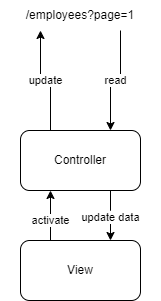
Bernardo-MG/development-docs-architecture keeps this draw.io diagram as .gitbook/assets/general_flow.drawio.png. Above is the earlier version. Source tidied: cells renumbered, new cells last; positions are measured from the earlier drawing's top-left corner, leaving out a move shared by most shapes. Its diagram source:
```xml
<mxGraphModel>
  <root>
    <mxCell id="0" />
    <mxCell id="1" parent="0" />
    <mxCell id="2" value="/employees?page=1" style="text;html=1;strokeColor=none;fillColor=none;align=center;verticalAlign=middle;whiteSpace=wrap;rounded=0;" parent="1" vertex="1">
      <mxGeometry width="160" height="30" as="geometry" />
    </mxCell>
    <mxCell id="3" value="View" style="rounded=1;whiteSpace=wrap;html=1;" parent="1" vertex="1">
      <mxGeometry x="20" y="240" width="120" height="60" as="geometry" />
    </mxCell>
    <mxCell id="4" value="update" style="endArrow=classic;html=1;rounded=0;edgeStyle=orthogonalEdgeStyle;exitX=0.25;exitY=0;exitDx=0;exitDy=0;entryX=0.25;entryY=1;entryDx=0;entryDy=0;" parent="1" edge="1" source="6" target="2">
      <mxGeometry relative="1" as="geometry">
        <Array as="points">
          <mxPoint x="50" y="80" />
          <mxPoint x="40" y="80" />
        </Array>
      </mxGeometry>
    </mxCell>
    <mxCell id="5" value="read" style="endArrow=classic;html=1;rounded=0;edgeStyle=orthogonalEdgeStyle;entryX=0.75;entryY=0;entryDx=0;entryDy=0;exitX=0.75;exitY=1;exitDx=0;exitDy=0;" parent="1" edge="1" source="2" target="6">
      <mxGeometry relative="1" as="geometry">
        <Array as="points">
          <mxPoint x="120" y="80" />
          <mxPoint x="110" y="80" />
        </Array>
      </mxGeometry>
    </mxCell>
    <mxCell id="6" value="Controller" style="rounded=1;whiteSpace=wrap;html=1;" parent="1" vertex="1">
      <mxGeometry x="20" y="130" width="120" height="60" as="geometry" />
    </mxCell>
    <mxCell id="7" value="activate" style="endArrow=classic;html=1;rounded=0;edgeStyle=orthogonalEdgeStyle;entryX=0.25;entryY=1;entryDx=0;entryDy=0;exitX=0.25;exitY=0;exitDx=0;exitDy=0;" parent="1" edge="1" source="3" target="6">
      <mxGeometry x="-0.2" relative="1" as="geometry" />
    </mxCell>
    <mxCell id="8" value="update data" style="endArrow=classic;html=1;rounded=0;edgeStyle=orthogonalEdgeStyle;entryX=0.75;entryY=0;entryDx=0;entryDy=0;exitX=0.75;exitY=1;exitDx=0;exitDy=0;" parent="1" edge="1" source="6" target="3">
      <mxGeometry x="0.07" relative="1" as="geometry">
        <Array as="points">
          <mxPoint x="110" y="210" />
          <mxPoint x="110" y="210" />
        </Array>
      </mxGeometry>
    </mxCell>
  </root>
</mxGraphModel>
```
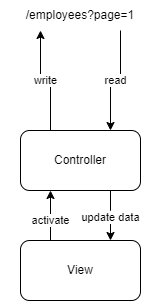
The same file after the commit.

The edit, as a diff of the source:
```diff
@@ -8,7 +8,7 @@
     <mxCell id="3" value="View" style="rounded=1;whiteSpace=wrap;html=1;" parent="1" vertex="1">
       <mxGeometry x="20" y="240" width="120" height="60" as="geometry" />
     </mxCell>
-    <mxCell id="4" value="update" style="endArrow=classic;html=1;rounded=0;edgeStyle=orthogonalEdgeStyle;exitX=0.25;exitY=0;exitDx=0;exitDy=0;entryX=0.25;entryY=1;entryDx=0;entryDy=0;" parent="1" edge="1" source="6" target="2">
+    <mxCell id="4" value="write" style="endArrow=classic;html=1;rounded=0;edgeStyle=orthogonalEdgeStyle;exitX=0.25;exitY=0;exitDx=0;exitDy=0;entryX=0.25;entryY=1;entryDx=0;entryDy=0;" parent="1" edge="1" source="6" target="2">
       <mxGeometry relative="1" as="geometry">
         <Array as="points">
           <mxPoint x="50" y="80" />
```
